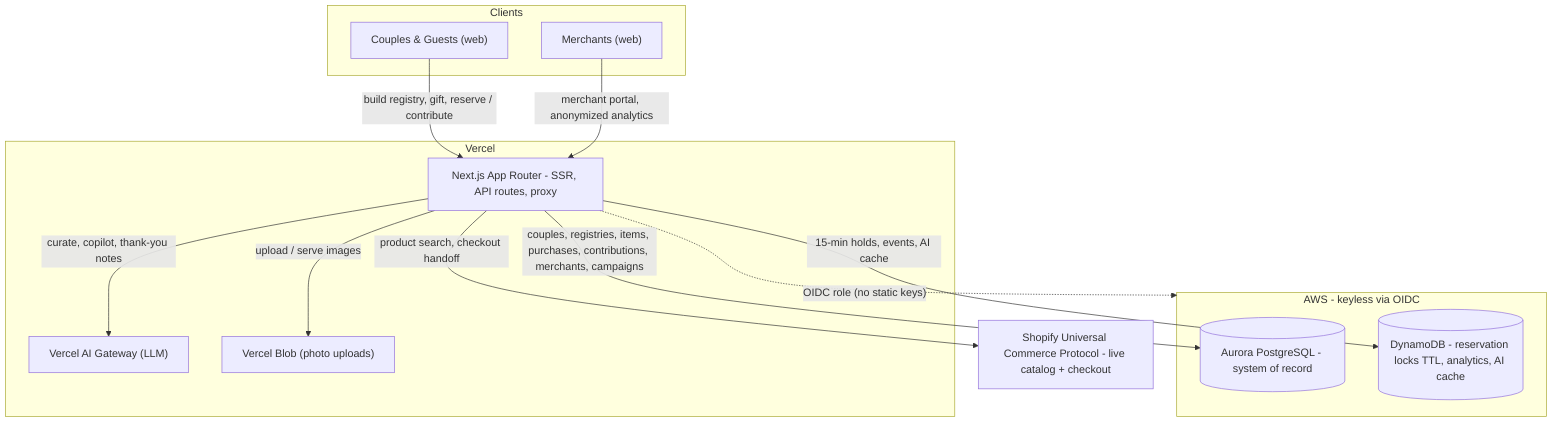
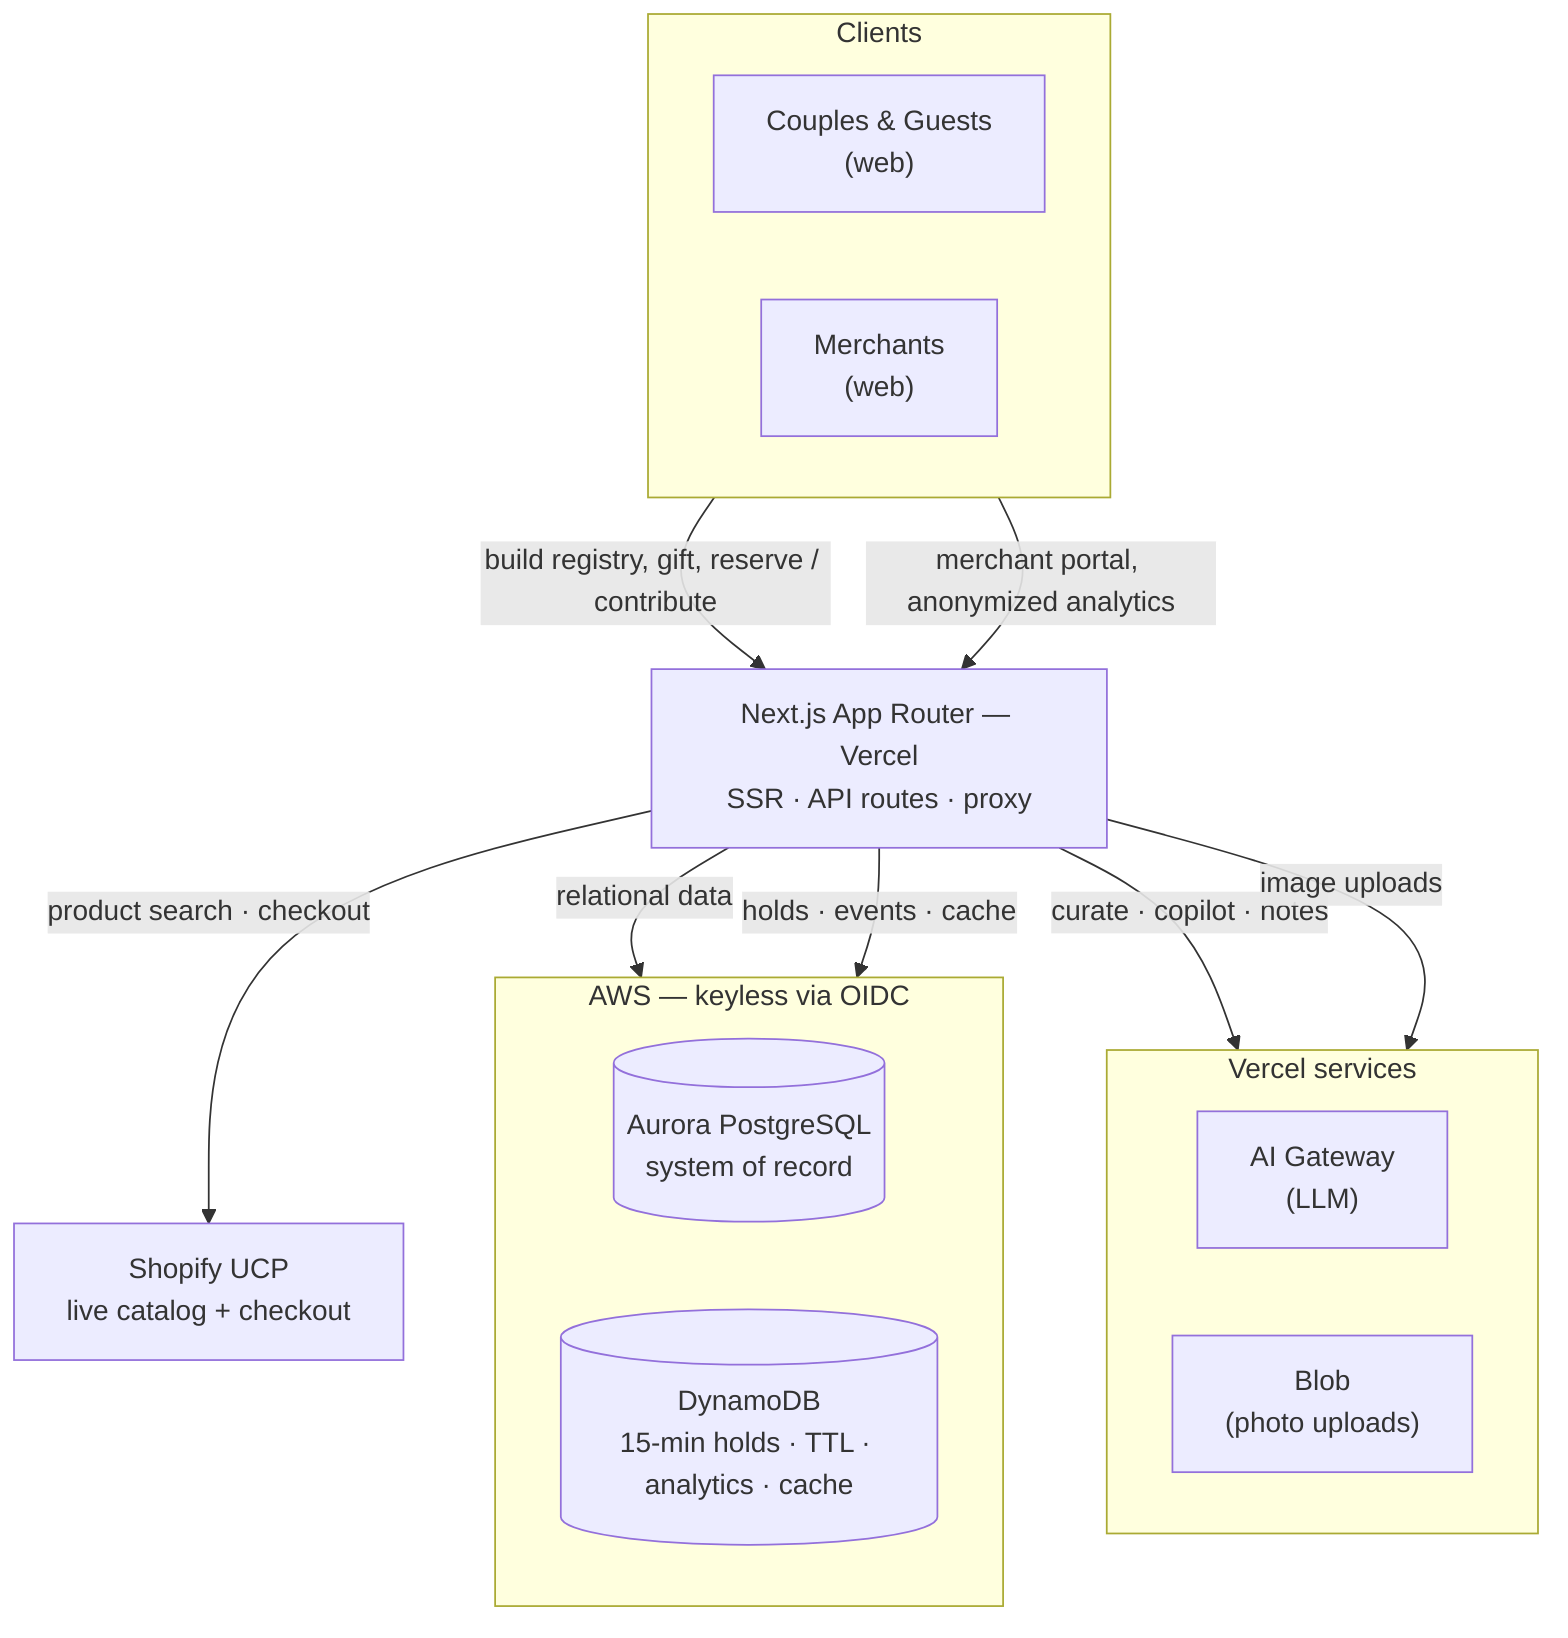
flowchart TB
  subgraph Clients["Clients"]
-     C["Couples & Guests (web)"]
-     M["Merchants (web)"]
+     direction LR
+     C["Couples & Guests<br/>(web)"]
+     M["Merchants<br/>(web)"]
  end

-   subgraph Vercel["Vercel"]
-     APP["Next.js App Router - SSR, API routes, proxy"]
-     GW["Vercel AI Gateway (LLM)"]
-     BLOB["Vercel Blob (photo uploads)"]
+   APP["Next.js App Router — Vercel<br/>SSR · API routes · proxy"]
+ 
+   subgraph VSVC["Vercel services"]
+     direction LR
+     GW["AI Gateway<br/>(LLM)"]
+     BLOB["Blob<br/>(photo uploads)"]
  end

-   subgraph AWS["AWS - keyless via OIDC"]
-     PG[("Aurora PostgreSQL - system of record")]
-     DDB[("DynamoDB - reservation locks TTL, analytics, AI cache")]
+   SHOP["Shopify UCP<br/>live catalog + checkout"]
+ 
+   subgraph AWS["AWS — keyless via OIDC"]
+     direction LR
+     PG[("Aurora PostgreSQL<br/>system of record")]
+     DDB[("DynamoDB<br/>15-min holds · TTL · analytics · cache")]
  end
- 
-   SHOP["Shopify Universal Commerce Protocol - live catalog + checkout"]

  C -->|"build registry, gift, reserve / contribute"| APP
  M -->|"merchant portal, anonymized analytics"| APP

-   APP -->|"couples, registries, items, purchases, contributions, merchants, campaigns"| PG
-   APP -->|"15-min holds, events, AI cache"| DDB
-   APP -->|"curate, copilot, thank-you notes"| GW
-   APP -->|"product search, checkout handoff"| SHOP
-   APP -->|"upload / serve images"| BLOB
- 
-   APP -. "OIDC role (no static keys)" .-> AWS
+   APP -->|"curate · copilot · notes"| GW
+   APP -->|"image uploads"| BLOB
+   APP -->|"product search · checkout"| SHOP
+   APP -->|"relational data"| PG
+   APP -->|"holds · events · cache"| DDB
